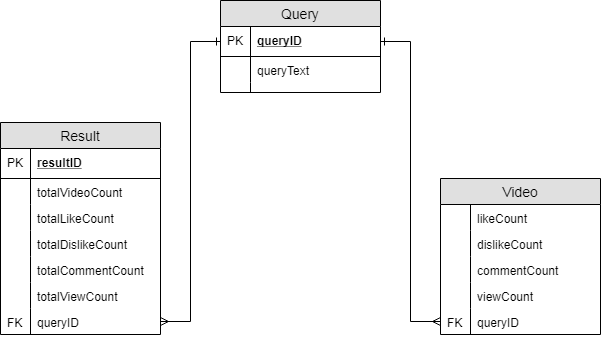
Above: YoutubeDB.png in Xander11rgn/YouTube-Study-Analytics (draw.io), before the change. Source tidied: cells renumbered, new cells last; positions are measured from the earlier drawing's top-left corner, leaving out a move shared by most shapes. Source of this version:
```xml
<mxGraphModel>
  <root>
    <mxCell id="0" />
    <mxCell id="1" parent="0" />
    <mxCell id="2" value="Query" style="swimlane;fontStyle=0;horizontal=1;startSize=26;fillColor=#e0e0e0;swimlaneFillColor=#ffffff;align=center;fontSize=14;" parent="1" vertex="1">
      <mxGeometry x="220" width="160" height="92" as="geometry" />
    </mxCell>
    <mxCell id="3" value="queryID" style="shape=partialRectangle;top=0;left=0;right=0;bottom=1;align=left;verticalAlign=middle;fillColor=none;spacingLeft=34;spacingRight=4;overflow=hidden;points=[[0,0.5],[1,0.5]];portConstraint=eastwest;fontStyle=5;fontSize=12;" parent="2" vertex="1">
      <mxGeometry y="26" width="160" height="30" as="geometry" />
    </mxCell>
    <mxCell id="4" value="PK" style="shape=partialRectangle;top=0;left=0;bottom=0;fillColor=none;align=left;verticalAlign=middle;spacingLeft=4;spacingRight=4;overflow=hidden;fontSize=12;" parent="3" vertex="1">
      <mxGeometry width="30" height="30" as="geometry" />
    </mxCell>
    <mxCell id="5" value="queryText" style="shape=partialRectangle;top=0;left=0;right=0;bottom=0;align=left;verticalAlign=top;fillColor=none;spacingLeft=34;spacingRight=4;overflow=hidden;fontSize=12;" parent="2" vertex="1">
      <mxGeometry y="56" width="160" height="26" as="geometry" />
    </mxCell>
    <mxCell id="6" style="shape=partialRectangle;top=0;left=0;bottom=0;fillColor=none;align=left;verticalAlign=top;spacingLeft=4;spacingRight=4;overflow=hidden;fontSize=12;" parent="5" vertex="1">
      <mxGeometry width="30" height="26" as="geometry" />
    </mxCell>
    <mxCell id="7" style="shape=partialRectangle;top=0;left=0;right=0;bottom=0;align=left;verticalAlign=top;fillColor=none;spacingLeft=34;spacingRight=4;overflow=hidden;fontSize=12;" parent="2" vertex="1">
      <mxGeometry y="82" width="160" height="10" as="geometry" />
    </mxCell>
    <mxCell id="8" style="shape=partialRectangle;top=0;left=0;bottom=0;fillColor=none;align=left;verticalAlign=top;spacingLeft=4;spacingRight=4;overflow=hidden;fontSize=12;" parent="7" vertex="1">
      <mxGeometry width="30" height="10" as="geometry" />
    </mxCell>
    <mxCell id="9" value="Result" style="swimlane;fontStyle=0;horizontal=1;startSize=26;fillColor=#e0e0e0;swimlaneFillColor=#ffffff;align=center;fontSize=14;" parent="1" vertex="1">
      <mxGeometry y="122" width="160" height="212" as="geometry" />
    </mxCell>
    <mxCell id="10" value="resultID" style="shape=partialRectangle;top=0;left=0;right=0;bottom=1;align=left;verticalAlign=middle;fillColor=none;spacingLeft=34;spacingRight=4;overflow=hidden;fontStyle=5;fontSize=12;" parent="9" vertex="1">
      <mxGeometry y="26" width="160" height="30" as="geometry" />
    </mxCell>
    <mxCell id="11" value="PK" style="shape=partialRectangle;top=0;left=0;bottom=0;fillColor=none;align=left;verticalAlign=middle;spacingLeft=4;spacingRight=4;overflow=hidden;fontSize=12;" parent="10" vertex="1">
      <mxGeometry width="30" height="30" as="geometry" />
    </mxCell>
    <mxCell id="12" value="totalVideoCount" style="shape=partialRectangle;top=0;left=0;right=0;bottom=0;align=left;verticalAlign=top;fillColor=none;spacingLeft=34;spacingRight=4;overflow=hidden;fontSize=12;" parent="9" vertex="1">
      <mxGeometry y="56" width="160" height="26" as="geometry" />
    </mxCell>
    <mxCell id="13" style="shape=partialRectangle;top=0;left=0;bottom=0;fillColor=none;align=left;verticalAlign=top;spacingLeft=4;spacingRight=4;overflow=hidden;fontSize=12;" parent="12" vertex="1">
      <mxGeometry width="30" height="26" as="geometry" />
    </mxCell>
    <mxCell id="14" value="totalLikeCount" style="shape=partialRectangle;top=0;left=0;right=0;bottom=0;align=left;verticalAlign=top;fillColor=none;spacingLeft=34;spacingRight=4;overflow=hidden;fontSize=12;" parent="9" vertex="1">
      <mxGeometry y="82" width="160" height="26" as="geometry" />
    </mxCell>
    <mxCell id="15" style="shape=partialRectangle;top=0;left=0;bottom=0;fillColor=none;align=left;verticalAlign=top;spacingLeft=4;spacingRight=4;overflow=hidden;fontSize=12;" parent="14" vertex="1">
      <mxGeometry width="30" height="26" as="geometry" />
    </mxCell>
    <mxCell id="16" value="totalDislikeCount" style="shape=partialRectangle;top=0;left=0;right=0;bottom=0;align=left;verticalAlign=top;fillColor=none;spacingLeft=34;spacingRight=4;overflow=hidden;fontSize=12;" parent="9" vertex="1">
      <mxGeometry y="108" width="160" height="26" as="geometry" />
    </mxCell>
    <mxCell id="17" style="shape=partialRectangle;top=0;left=0;bottom=0;fillColor=none;align=left;verticalAlign=top;spacingLeft=4;spacingRight=4;overflow=hidden;fontSize=12;" parent="16" vertex="1">
      <mxGeometry width="30" height="26" as="geometry" />
    </mxCell>
    <mxCell id="18" value="totalCommentCount" style="shape=partialRectangle;top=0;left=0;right=0;bottom=0;align=left;verticalAlign=top;fillColor=none;spacingLeft=34;spacingRight=4;overflow=hidden;fontSize=12;" parent="9" vertex="1">
      <mxGeometry y="134" width="160" height="26" as="geometry" />
    </mxCell>
    <mxCell id="19" style="shape=partialRectangle;top=0;left=0;bottom=0;fillColor=none;align=left;verticalAlign=top;spacingLeft=4;spacingRight=4;overflow=hidden;fontSize=12;" parent="18" vertex="1">
      <mxGeometry width="30" height="26" as="geometry" />
    </mxCell>
    <mxCell id="20" value="totalViewCount" style="shape=partialRectangle;top=0;left=0;right=0;bottom=0;align=left;verticalAlign=top;fillColor=none;spacingLeft=34;spacingRight=4;overflow=hidden;fontSize=12;" parent="9" vertex="1">
      <mxGeometry y="160" width="160" height="26" as="geometry" />
    </mxCell>
    <mxCell id="21" style="shape=partialRectangle;top=0;left=0;bottom=0;fillColor=none;align=left;verticalAlign=top;spacingLeft=4;spacingRight=4;overflow=hidden;fontSize=12;" parent="20" vertex="1">
      <mxGeometry width="30" height="26" as="geometry" />
    </mxCell>
    <mxCell id="22" value="queryID" style="shape=partialRectangle;top=0;left=0;right=0;bottom=0;align=left;verticalAlign=top;fillColor=none;spacingLeft=34;spacingRight=4;overflow=hidden;points=[[0,0.5],[1,0.5]];portConstraint=eastwest;fontSize=12;" parent="9" vertex="1">
      <mxGeometry y="186" width="160" height="26" as="geometry" />
    </mxCell>
    <mxCell id="23" value="FK" style="shape=partialRectangle;top=0;left=0;bottom=0;fillColor=none;align=left;verticalAlign=top;spacingLeft=4;spacingRight=4;overflow=hidden;fontSize=12;" parent="22" vertex="1">
      <mxGeometry width="30" height="26" as="geometry" />
    </mxCell>
    <mxCell id="24" style="edgeStyle=orthogonalEdgeStyle;rounded=0;jettySize=auto;html=1;exitX=0;exitY=0.5;exitDx=0;exitDy=0;entryX=1;entryY=0.5;entryDx=0;entryDy=0;startArrow=ERone;startFill=0;endArrow=ERmany;endFill=0;" parent="1" edge="1" source="3" target="22">
      <mxGeometry relative="1" as="geometry" />
    </mxCell>
    <mxCell id="25" value="Video" style="swimlane;fontStyle=0;horizontal=1;startSize=26;fillColor=#e0e0e0;swimlaneFillColor=#ffffff;align=center;fontSize=14;" parent="1" vertex="1">
      <mxGeometry x="440" y="178" width="160" height="156" as="geometry" />
    </mxCell>
    <mxCell id="26" value="likeCount" style="shape=partialRectangle;top=0;left=0;right=0;bottom=0;align=left;verticalAlign=top;fillColor=none;spacingLeft=34;spacingRight=4;overflow=hidden;fontSize=12;" parent="25" vertex="1">
      <mxGeometry y="26" width="160" height="26" as="geometry" />
    </mxCell>
    <mxCell id="27" style="shape=partialRectangle;top=0;left=0;bottom=0;fillColor=none;align=left;verticalAlign=top;spacingLeft=4;spacingRight=4;overflow=hidden;fontSize=12;" parent="26" vertex="1">
      <mxGeometry width="30" height="26" as="geometry" />
    </mxCell>
    <mxCell id="28" value="dislikeCount" style="shape=partialRectangle;top=0;left=0;right=0;bottom=0;align=left;verticalAlign=top;fillColor=none;spacingLeft=34;spacingRight=4;overflow=hidden;fontSize=12;" parent="25" vertex="1">
      <mxGeometry y="52" width="160" height="26" as="geometry" />
    </mxCell>
    <mxCell id="29" style="shape=partialRectangle;top=0;left=0;bottom=0;fillColor=none;align=left;verticalAlign=top;spacingLeft=4;spacingRight=4;overflow=hidden;fontSize=12;" parent="28" vertex="1">
      <mxGeometry width="30" height="26" as="geometry" />
    </mxCell>
    <mxCell id="30" value="commentCount" style="shape=partialRectangle;top=0;left=0;right=0;bottom=0;align=left;verticalAlign=top;fillColor=none;spacingLeft=34;spacingRight=4;overflow=hidden;fontSize=12;" parent="25" vertex="1">
      <mxGeometry y="78" width="160" height="26" as="geometry" />
    </mxCell>
    <mxCell id="31" style="shape=partialRectangle;top=0;left=0;bottom=0;fillColor=none;align=left;verticalAlign=top;spacingLeft=4;spacingRight=4;overflow=hidden;fontSize=12;" parent="30" vertex="1">
      <mxGeometry width="30" height="26" as="geometry" />
    </mxCell>
    <mxCell id="32" value="viewCount" style="shape=partialRectangle;top=0;left=0;right=0;bottom=0;align=left;verticalAlign=top;fillColor=none;spacingLeft=34;spacingRight=4;overflow=hidden;fontSize=12;" parent="25" vertex="1">
      <mxGeometry y="104" width="160" height="26" as="geometry" />
    </mxCell>
    <mxCell id="33" style="shape=partialRectangle;top=0;left=0;bottom=0;fillColor=none;align=left;verticalAlign=top;spacingLeft=4;spacingRight=4;overflow=hidden;fontSize=12;" parent="32" vertex="1">
      <mxGeometry width="30" height="26" as="geometry" />
    </mxCell>
    <mxCell id="34" value="queryID" style="shape=partialRectangle;top=0;left=0;right=0;bottom=0;align=left;verticalAlign=top;fillColor=none;spacingLeft=34;spacingRight=4;overflow=hidden;points=[[0,0.5],[1,0.5]];portConstraint=eastwest;fontSize=12;" parent="25" vertex="1">
      <mxGeometry y="130" width="160" height="26" as="geometry" />
    </mxCell>
    <mxCell id="35" value="FK" style="shape=partialRectangle;top=0;left=0;bottom=0;fillColor=none;align=left;verticalAlign=top;spacingLeft=4;spacingRight=4;overflow=hidden;fontSize=12;" parent="34" vertex="1">
      <mxGeometry width="30" height="26" as="geometry" />
    </mxCell>
    <mxCell id="36" style="edgeStyle=orthogonalEdgeStyle;rounded=0;jettySize=auto;html=1;exitX=1;exitY=0.5;exitDx=0;exitDy=0;entryX=0;entryY=0.5;entryDx=0;entryDy=0;startArrow=ERone;startFill=0;endArrow=ERmany;endFill=0;" parent="1" edge="1" source="3" target="34">
      <mxGeometry relative="1" as="geometry" />
    </mxCell>
  </root>
</mxGraphModel>
```
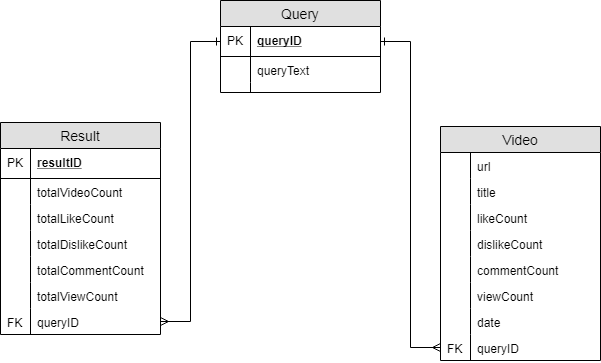
After the commit.

The edit, as a diff of the source:
```diff
@@ -72,40 +72,58 @@
       <mxGeometry relative="1" as="geometry" />
     </mxCell>
     <mxCell id="25" value="Video" style="swimlane;fontStyle=0;horizontal=1;startSize=26;fillColor=#e0e0e0;swimlaneFillColor=#ffffff;align=center;fontSize=14;" parent="1" vertex="1">
-      <mxGeometry x="440" y="178" width="160" height="156" as="geometry" />
+      <mxGeometry x="440" y="126" width="160" height="234" as="geometry" />
     </mxCell>
-    <mxCell id="26" value="likeCount" style="shape=partialRectangle;top=0;left=0;right=0;bottom=0;align=left;verticalAlign=top;fillColor=none;spacingLeft=34;spacingRight=4;overflow=hidden;fontSize=12;" parent="25" vertex="1">
+    <mxCell id="26" value="url" style="shape=partialRectangle;top=0;left=0;right=0;bottom=0;align=left;verticalAlign=top;fillColor=none;spacingLeft=34;spacingRight=4;overflow=hidden;fontSize=12;" parent="25" vertex="1">
       <mxGeometry y="26" width="160" height="26" as="geometry" />
     </mxCell>
     <mxCell id="27" style="shape=partialRectangle;top=0;left=0;bottom=0;fillColor=none;align=left;verticalAlign=top;spacingLeft=4;spacingRight=4;overflow=hidden;fontSize=12;" parent="26" vertex="1">
       <mxGeometry width="30" height="26" as="geometry" />
     </mxCell>
-    <mxCell id="28" value="dislikeCount" style="shape=partialRectangle;top=0;left=0;right=0;bottom=0;align=left;verticalAlign=top;fillColor=none;spacingLeft=34;spacingRight=4;overflow=hidden;fontSize=12;" parent="25" vertex="1">
+    <mxCell id="28" value="title" style="shape=partialRectangle;top=0;left=0;right=0;bottom=0;align=left;verticalAlign=top;fillColor=none;spacingLeft=34;spacingRight=4;overflow=hidden;fontSize=12;" parent="25" vertex="1">
       <mxGeometry y="52" width="160" height="26" as="geometry" />
     </mxCell>
     <mxCell id="29" style="shape=partialRectangle;top=0;left=0;bottom=0;fillColor=none;align=left;verticalAlign=top;spacingLeft=4;spacingRight=4;overflow=hidden;fontSize=12;" parent="28" vertex="1">
       <mxGeometry width="30" height="26" as="geometry" />
     </mxCell>
-    <mxCell id="30" value="commentCount" style="shape=partialRectangle;top=0;left=0;right=0;bottom=0;align=left;verticalAlign=top;fillColor=none;spacingLeft=34;spacingRight=4;overflow=hidden;fontSize=12;" parent="25" vertex="1">
+    <mxCell id="30" value="likeCount" style="shape=partialRectangle;top=0;left=0;right=0;bottom=0;align=left;verticalAlign=top;fillColor=none;spacingLeft=34;spacingRight=4;overflow=hidden;fontSize=12;" parent="25" vertex="1">
       <mxGeometry y="78" width="160" height="26" as="geometry" />
     </mxCell>
     <mxCell id="31" style="shape=partialRectangle;top=0;left=0;bottom=0;fillColor=none;align=left;verticalAlign=top;spacingLeft=4;spacingRight=4;overflow=hidden;fontSize=12;" parent="30" vertex="1">
       <mxGeometry width="30" height="26" as="geometry" />
     </mxCell>
-    <mxCell id="32" value="viewCount" style="shape=partialRectangle;top=0;left=0;right=0;bottom=0;align=left;verticalAlign=top;fillColor=none;spacingLeft=34;spacingRight=4;overflow=hidden;fontSize=12;" parent="25" vertex="1">
+    <mxCell id="32" value="dislikeCount" style="shape=partialRectangle;top=0;left=0;right=0;bottom=0;align=left;verticalAlign=top;fillColor=none;spacingLeft=34;spacingRight=4;overflow=hidden;fontSize=12;" parent="25" vertex="1">
       <mxGeometry y="104" width="160" height="26" as="geometry" />
     </mxCell>
     <mxCell id="33" style="shape=partialRectangle;top=0;left=0;bottom=0;fillColor=none;align=left;verticalAlign=top;spacingLeft=4;spacingRight=4;overflow=hidden;fontSize=12;" parent="32" vertex="1">
       <mxGeometry width="30" height="26" as="geometry" />
     </mxCell>
-    <mxCell id="34" value="queryID" style="shape=partialRectangle;top=0;left=0;right=0;bottom=0;align=left;verticalAlign=top;fillColor=none;spacingLeft=34;spacingRight=4;overflow=hidden;points=[[0,0.5],[1,0.5]];portConstraint=eastwest;fontSize=12;" parent="25" vertex="1">
+    <mxCell id="34" value="commentCount" style="shape=partialRectangle;top=0;left=0;right=0;bottom=0;align=left;verticalAlign=top;fillColor=none;spacingLeft=34;spacingRight=4;overflow=hidden;points=[[0,0.5],[1,0.5]];portConstraint=eastwest;fontSize=12;" parent="25" vertex="1">
       <mxGeometry y="130" width="160" height="26" as="geometry" />
     </mxCell>
-    <mxCell id="35" value="FK" style="shape=partialRectangle;top=0;left=0;bottom=0;fillColor=none;align=left;verticalAlign=top;spacingLeft=4;spacingRight=4;overflow=hidden;fontSize=12;" parent="34" vertex="1">
+    <mxCell id="35" style="shape=partialRectangle;top=0;left=0;bottom=0;fillColor=none;align=left;verticalAlign=top;spacingLeft=4;spacingRight=4;overflow=hidden;fontSize=12;" parent="34" vertex="1">
       <mxGeometry width="30" height="26" as="geometry" />
     </mxCell>
-    <mxCell id="36" style="edgeStyle=orthogonalEdgeStyle;rounded=0;jettySize=auto;html=1;exitX=1;exitY=0.5;exitDx=0;exitDy=0;entryX=0;entryY=0.5;entryDx=0;entryDy=0;startArrow=ERone;startFill=0;endArrow=ERmany;endFill=0;" parent="1" edge="1" source="3" target="34">
-      <mxGeometry relative="1" as="geometry" />
+    <mxCell id="36" value="viewCount" style="shape=partialRectangle;top=0;left=0;right=0;bottom=0;align=left;verticalAlign=top;fillColor=none;spacingLeft=34;spacingRight=4;overflow=hidden;fontSize=12;" parent="25" vertex="1">
+      <mxGeometry y="156" width="160" height="26" as="geometry" />
     </mxCell>
+    <mxCell id="37" style="shape=partialRectangle;top=0;left=0;bottom=0;fillColor=none;align=left;verticalAlign=top;spacingLeft=4;spacingRight=4;overflow=hidden;fontSize=12;" parent="36" vertex="1">
+      <mxGeometry width="30" height="26" as="geometry" />
+    </mxCell>
+    <mxCell id="38" value="date" style="shape=partialRectangle;top=0;left=0;right=0;bottom=0;align=left;verticalAlign=top;fillColor=none;spacingLeft=34;spacingRight=4;overflow=hidden;fontSize=12;" parent="25" vertex="1">
+      <mxGeometry y="182" width="160" height="26" as="geometry" />
+    </mxCell>
+    <mxCell id="39" style="shape=partialRectangle;top=0;left=0;bottom=0;fillColor=none;align=left;verticalAlign=top;spacingLeft=4;spacingRight=4;overflow=hidden;fontSize=12;" parent="38" vertex="1">
+      <mxGeometry width="30" height="26" as="geometry" />
+    </mxCell>
+    <mxCell id="40" value="queryID" style="shape=partialRectangle;top=0;left=0;right=0;bottom=0;align=left;verticalAlign=top;fillColor=none;spacingLeft=34;spacingRight=4;overflow=hidden;points=[[0,0.5],[1,0.5]];portConstraint=eastwest;fontSize=12;" parent="25" vertex="1">
+      <mxGeometry y="208" width="160" height="26" as="geometry" />
+    </mxCell>
+    <mxCell id="41" value="FK" style="shape=partialRectangle;top=0;left=0;bottom=0;fillColor=none;align=left;verticalAlign=top;spacingLeft=4;spacingRight=4;overflow=hidden;fontSize=12;" parent="40" vertex="1">
+      <mxGeometry width="30" height="26" as="geometry" />
+    </mxCell>
+    <mxCell id="42" style="edgeStyle=orthogonalEdgeStyle;rounded=0;jettySize=auto;html=1;exitX=1;exitY=0.5;exitDx=0;exitDy=0;entryX=0;entryY=0.5;entryDx=0;entryDy=0;startArrow=ERone;startFill=0;endArrow=ERmany;endFill=0;" parent="1" edge="1" source="3" target="40">
+      <mxGeometry relative="1" as="geometry" />
+    </mxCell>
   </root>
 </mxGraphModel>
```
